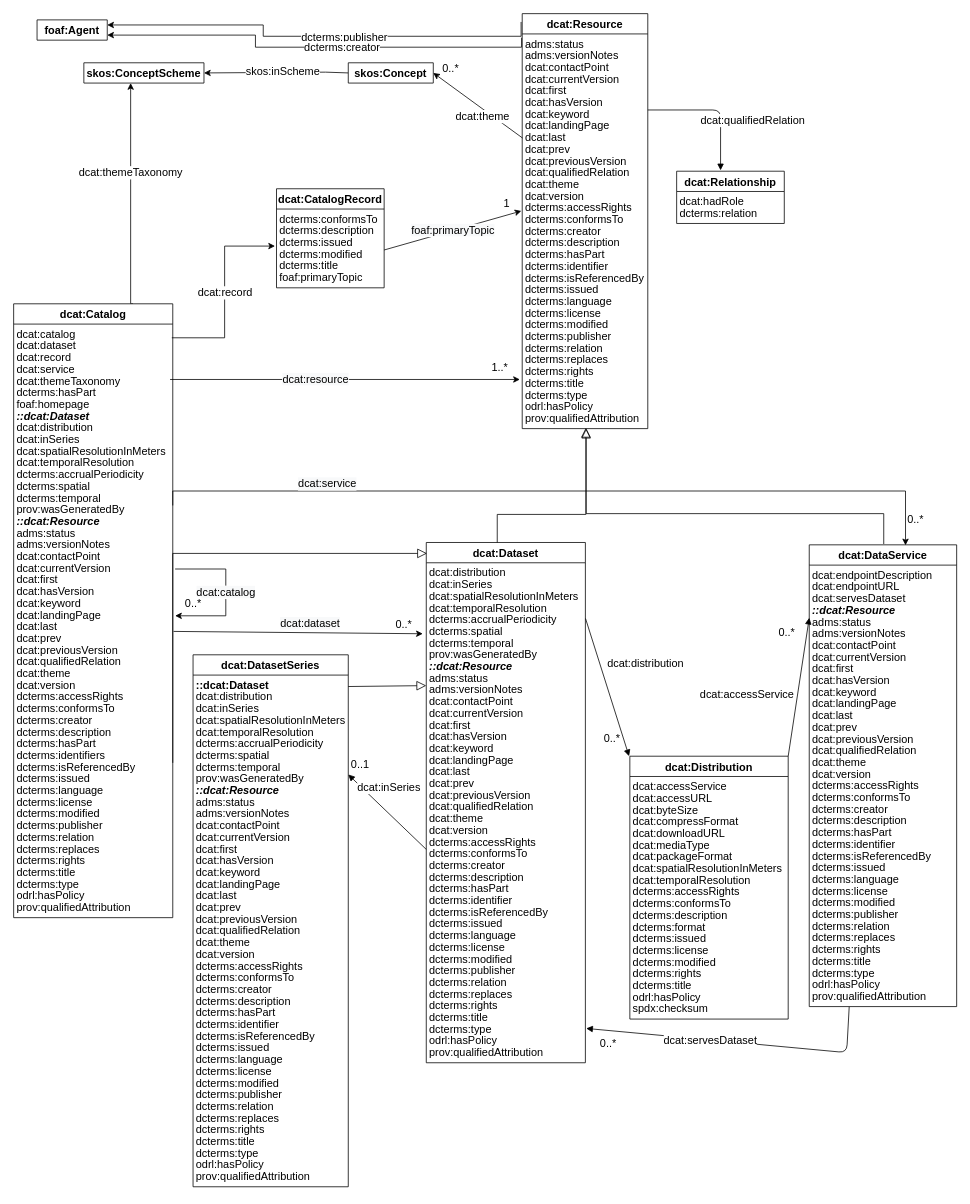
This is dcat/images/dcat-all-attributes.drawio from w3c/dxwg, a draw.io file, before an edit. Source tidied: cells renumbered, new cells numbered last; positions are measured from the earlier drawing's top-left corner, leaving out a move shared by most shapes. Both pictures are drawn from the tidied source at 78%, with x=0, y=0 at pixel (13, 13).
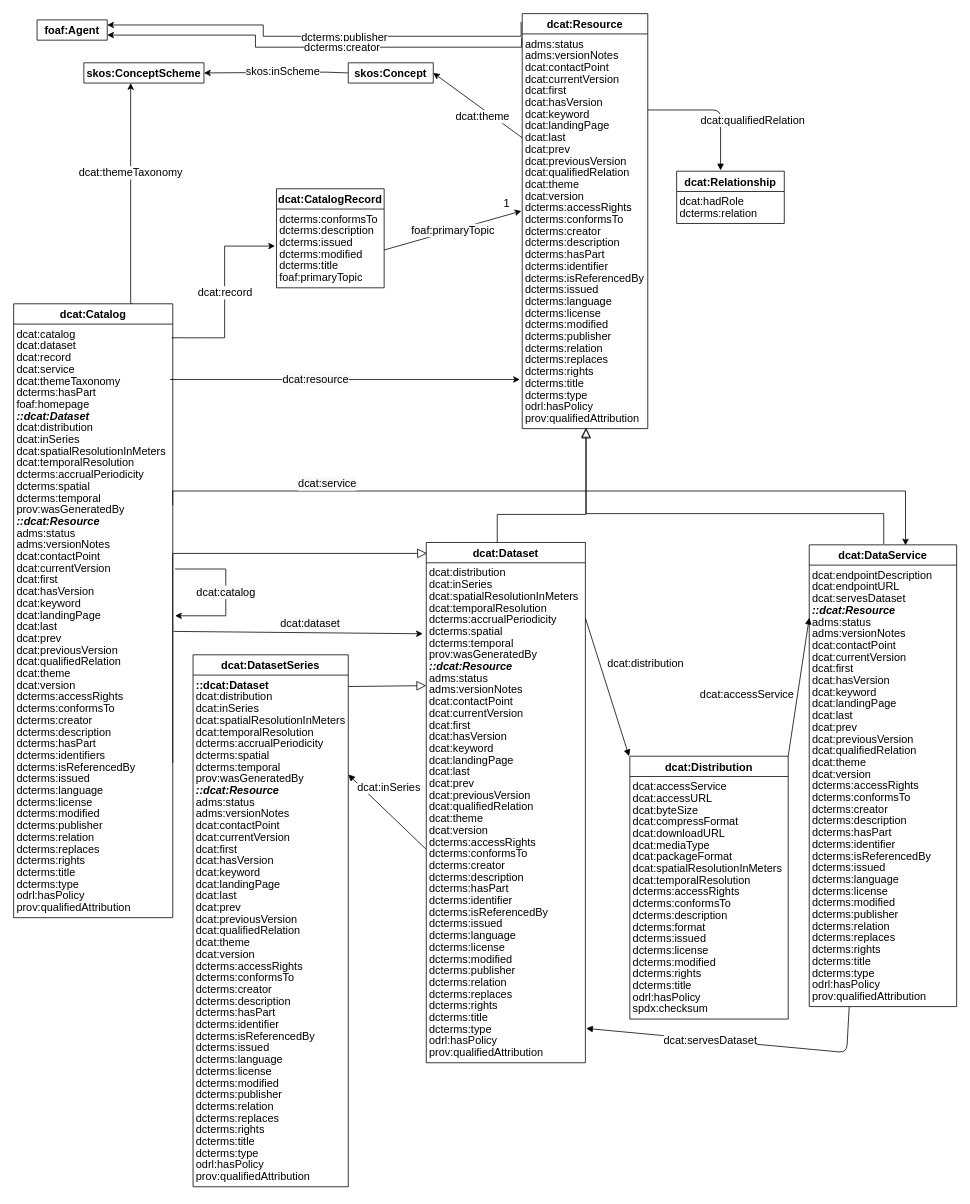
Above is the later version.

Unchanged cells that the change refers to:
```xml
<mxCell id="55" value="&lt;span style=&quot;font-size: 14px; text-align: left; background-color: rgb(248, 249, 250);&quot;&gt;dcat:catalog&lt;/span&gt;" style="rounded=0;orthogonalLoop=1;jettySize=auto;html=1;fontSize=14;edgeStyle=orthogonalEdgeStyle;spacing=0;" parent="4" edge="1">
  <mxGeometry relative="1" as="geometry">
    <mxPoint x="207" y="340" as="sourcePoint" />
    <mxPoint x="207" y="400" as="targetPoint" />
    <Array as="points">
      <mxPoint x="272" y="340" />
      <mxPoint x="272" y="400" />
    </Array>
  </mxGeometry>
</mxCell>
<mxCell id="61" style="rounded=0;jettySize=auto;html=1;exitX=0.003;exitY=-0.1;exitDx=0;exitDy=0;fontSize=14;entryX=1;entryY=0.5;entryDx=0;entryDy=0;exitPerimeter=0;spacing=0;" parent="1" edge="1" source="74" target="60">
  <mxGeometry relative="1" as="geometry" />
</mxCell>
<mxCell id="108" value="&lt;span style=&quot;font-size: 14px ; text-align: left ; background-color: rgb(248 , 249 , 250)&quot;&gt;dcat:resource&lt;/span&gt;" style="rounded=0;jettySize=auto;html=1;exitX=0.983;exitY=-0.267;exitDx=0;exitDy=0;fontSize=14;spacing=0;exitPerimeter=0;" parent="1" edge="1" source="10">
  <mxGeometry x="-0.17" relative="1" as="geometry">
    <mxPoint x="649" y="469" as="targetPoint" />
  </mxGeometry>
</mxCell>
<mxCell id="193" style="endArrow=block;endFill=1;html=1;align=left;verticalAlign=top;fontSize=14;exitX=0.271;exitY=1.011;exitDx=0;exitDy=0;exitPerimeter=0;spacing=0;entryX=1.005;entryY=-0.2;entryDx=0;entryDy=0;entryPerimeter=0;" parent="1" edge="1" source="190" target="151">
  <mxGeometry x="-1" relative="1" as="geometry">
    <Array as="points">
      <mxPoint x="1068" y="1332" />
    </Array>
  </mxGeometry>
</mxCell>
<mxCell id="217" style="endArrow=block;endFill=1;html=1;align=left;verticalAlign=top;fontSize=14;exitX=1.001;exitY=-0.234;exitDx=0;exitDy=0;exitPerimeter=0;spacing=0;" parent="1" edge="1" source="116">
  <mxGeometry x="-1" relative="1" as="geometry">
    <mxPoint x="789" y="952" as="targetPoint" />
  </mxGeometry>
</mxCell>
<mxCell id="225" value="&lt;span style=&quot;font-size: 14px; text-align: left; background-color: rgb(248, 249, 250);&quot;&gt;dcat:service&lt;/span&gt;" style="rounded=0;jettySize=auto;html=1;fontSize=14;entryX=0.653;entryY=0.001;entryDx=0;entryDy=0;entryPerimeter=0;spacing=0;edgeStyle=orthogonalEdgeStyle;exitX=1;exitY=0.5;exitDx=0;exitDy=0;" parent="1" edge="1" source="20" target="153">
  <mxGeometry x="-0.58" y="9" relative="1" as="geometry">
    <Array as="points">
      <mxPoint x="205" y="612" />
      <mxPoint x="1135" y="612" />
    </Array>
  </mxGeometry>
</mxCell>
<mxCell id="231" style="endArrow=block;endFill=1;html=1;align=left;verticalAlign=top;fontSize=14;exitX=1;exitY=0;exitDx=0;exitDy=0;entryX=0;entryY=0.5;entryDx=0;entryDy=0;spacing=0;" parent="1" edge="1" source="196" target="158">
  <mxGeometry x="-1" relative="1" as="geometry" />
</mxCell>
<mxCell id="279" style="endArrow=block;endFill=1;html=1;align=left;verticalAlign=top;fontSize=14;entryX=1;entryY=0.5;entryDx=0;entryDy=0;exitX=0;exitY=0.5;exitDx=0;exitDy=0;spacing=0;" parent="1" edge="1" source="135" target="243">
  <mxGeometry x="-1" relative="1" as="geometry" />
</mxCell>
<mxCell id="282" value="&lt;span style=&quot;font-size: 14px; text-align: left; background-color: rgb(248, 249, 250);&quot;&gt;dcat:dataset&lt;/span&gt;" style="rounded=0;jettySize=auto;html=1;fontSize=14;spacing=0;entryX=-0.022;entryY=1.067;entryDx=0;entryDy=0;entryPerimeter=0;" parent="1" edge="1" target="116">
  <mxGeometry x="0.1" y="12" relative="1" as="geometry">
    <mxPoint x="205" y="792" as="sourcePoint" />
    <mxPoint x="-1" as="offset" />
  </mxGeometry>
</mxCell>
```

What changed in the source:
```diff
@@
-    <mxCell id="56" value="0..*" style="edgeLabel;html=1;align=center;verticalAlign=middle;fontSize=14;spacing=0;" parent="55" vertex="1">
-      <mxGeometry x="0.91" y="-1" relative="1" as="geometry">
-        <mxPoint x="13" y="-16" as="offset" />
-      </mxGeometry>
-    </mxCell>
@@
-    <mxCell id="63" value="0..*" style="edgeLabel;html=1;align=center;verticalAlign=middle;fontSize=14;spacing=0;" parent="61" vertex="1">
-      <mxGeometry x="0.83" relative="1" as="geometry">
-        <mxPoint x="12" y="-13" as="offset" />
-      </mxGeometry>
-    </mxCell>
@@
-    <mxCell id="109" value="1..*" style="edgeLabel;html=1;align=center;verticalAlign=middle;fontSize=14;spacing=0;" parent="108" vertex="1">
-      <mxGeometry x="0.91" y="-1" relative="1" as="geometry">
-        <mxPoint x="-6" y="-16" as="offset" />
-      </mxGeometry>
-    </mxCell>
@@
-    <mxCell id="194" value="0..*" style="edgeLabel;html=1;align=center;verticalAlign=middle;fontSize=14;spacing=0;" parent="193" vertex="1">
-      <mxGeometry x="0.96" y="2" relative="1" as="geometry">
-        <mxPoint x="19" y="16" as="offset" />
-      </mxGeometry>
-    </mxCell>
@@
-    <mxCell id="218" value="0..*" style="edgeLabel;html=1;align=center;verticalAlign=middle;fontSize=14;spacing=0;" parent="217" vertex="1">
-      <mxGeometry x="0.96" y="2" relative="1" as="geometry">
-        <mxPoint x="-23" y="-19" as="offset" />
-      </mxGeometry>
-    </mxCell>
@@
-    <mxCell id="226" value="0..*" style="edgeLabel;html=1;align=center;verticalAlign=middle;fontSize=14;rotation=0;spacing=0;" parent="225" vertex="1">
-      <mxGeometry x="0.91" y="-1" relative="1" as="geometry">
-        <mxPoint x="13" y="13" as="offset" />
-      </mxGeometry>
-    </mxCell>
@@
-    <mxCell id="232" value="0..*" style="edgeLabel;html=1;align=center;verticalAlign=middle;fontSize=14;spacing=0;" parent="231" vertex="1">
-      <mxGeometry x="0.96" y="2" relative="1" as="geometry">
-        <mxPoint x="-27" y="15" as="offset" />
-      </mxGeometry>
-    </mxCell>
@@
-    <mxCell id="280" value="0..1" style="edgeLabel;html=1;align=center;verticalAlign=middle;fontSize=14;spacing=0;" parent="279" vertex="1">
-      <mxGeometry x="0.96" y="2" relative="1" as="geometry">
-        <mxPoint x="14" y="-17" as="offset" />
-      </mxGeometry>
-    </mxCell>
@@
-    <mxCell id="283" value="0..*" style="edgeLabel;html=1;align=center;verticalAlign=middle;fontSize=14;spacing=0;" parent="282" vertex="1">
-      <mxGeometry x="0.91" y="-1" relative="1" as="geometry">
-        <mxPoint x="-10" y="-13" as="offset" />
-      </mxGeometry>
-    </mxCell>
```
